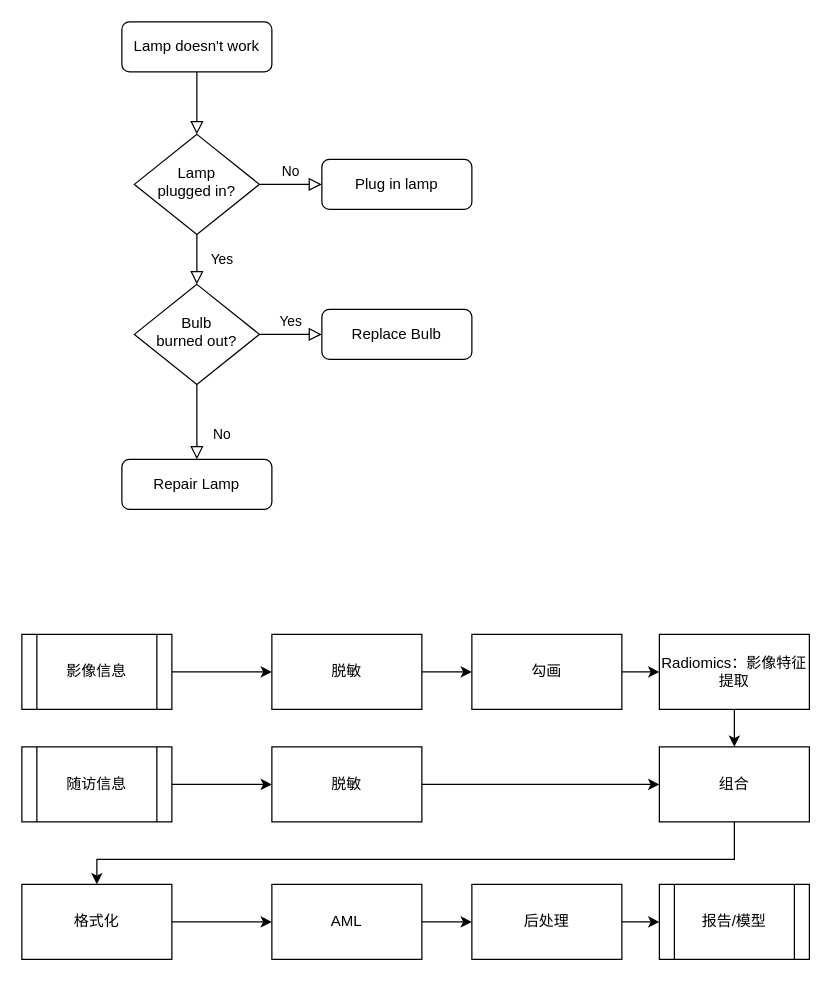
This is java/Untitled Diagram.drawio from sjtusonic/exe, a draw.io file, before an edit. Source tidied: cells renumbered, new cells numbered last; positions are measured from the earlier drawing's top-left corner, leaving out a move shared by most shapes. Both pictures are drawn from the tidied source at 125%, with x=0, y=0 at pixel (21, 21).
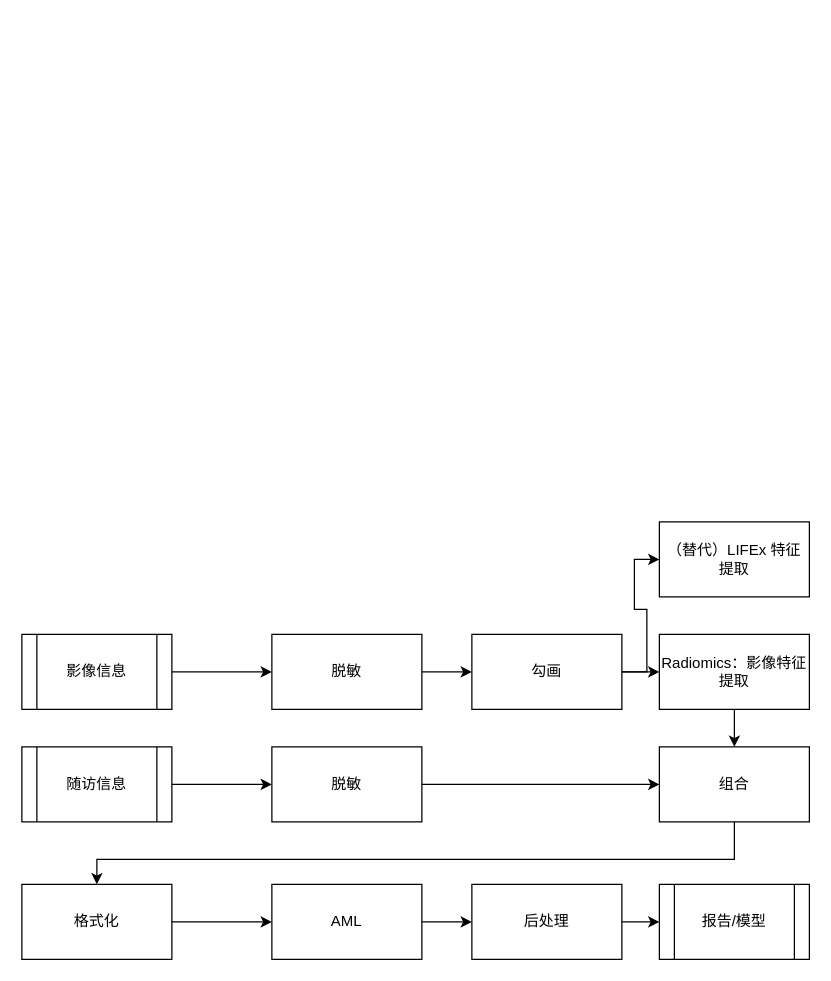
The same page after the edit.

Unchanged cells that the change refers to:
```xml
<mxCell id="18" value="勾画" style="rounded=0;whiteSpace=wrap;html=1;" parent="1" vertex="1">
  <mxGeometry x="360" y="490" width="120" height="60" as="geometry" />
</mxCell>
```

The edit, as a diff of the source:
```diff
@@
-    <mxCell id="2" style="rounded=0;html=1;jettySize=auto;fontSize=11;endArrow=block;endFill=0;endSize=8;strokeWidth=1;shadow=0;labelBackgroundColor=none;edgeStyle=orthogonalEdgeStyle;" parent="1" edge="1" source="3" target="6">
-      <mxGeometry relative="1" as="geometry" />
-    </mxCell>
-    <mxCell id="3" value="Lamp doesn't work" style="rounded=1;whiteSpace=wrap;html=1;fontSize=12;glass=0;strokeWidth=1;shadow=0;" parent="1" vertex="1">
-      <mxGeometry x="80" width="120" height="40" as="geometry" />
-    </mxCell>
-    <mxCell id="4" value="Yes" style="rounded=0;html=1;jettySize=auto;fontSize=11;endArrow=block;endFill=0;endSize=8;strokeWidth=1;shadow=0;labelBackgroundColor=none;edgeStyle=orthogonalEdgeStyle;" parent="1" edge="1" source="6" target="10">
-      <mxGeometry y="20" relative="1" as="geometry" />
-    </mxCell>
-    <mxCell id="5" value="No" style="edgeStyle=orthogonalEdgeStyle;rounded=0;html=1;jettySize=auto;fontSize=11;endArrow=block;endFill=0;endSize=8;strokeWidth=1;shadow=0;labelBackgroundColor=none;" parent="1" edge="1" source="6" target="7">
-      <mxGeometry y="10" relative="1" as="geometry" />
-    </mxCell>
-    <mxCell id="6" value="Lamp&lt;br&gt;plugged in?" style="rhombus;whiteSpace=wrap;html=1;shadow=0;fontFamily=Helvetica;fontSize=12;align=center;strokeWidth=1;spacing=6;spacingTop=-4;" parent="1" vertex="1">
-      <mxGeometry x="90" y="90" width="100" height="80" as="geometry" />
-    </mxCell>
-    <mxCell id="7" value="Plug in lamp" style="rounded=1;whiteSpace=wrap;html=1;fontSize=12;glass=0;strokeWidth=1;shadow=0;" parent="1" vertex="1">
-      <mxGeometry x="240" y="110" width="120" height="40" as="geometry" />
-    </mxCell>
-    <mxCell id="8" value="No" style="rounded=0;html=1;jettySize=auto;fontSize=11;endArrow=block;endFill=0;endSize=8;strokeWidth=1;shadow=0;labelBackgroundColor=none;edgeStyle=orthogonalEdgeStyle;" parent="1" edge="1" source="10" target="11">
-      <mxGeometry x="0.33" y="20" relative="1" as="geometry" />
-    </mxCell>
-    <mxCell id="9" value="Yes" style="edgeStyle=orthogonalEdgeStyle;rounded=0;html=1;jettySize=auto;fontSize=11;endArrow=block;endFill=0;endSize=8;strokeWidth=1;shadow=0;labelBackgroundColor=none;" parent="1" edge="1" source="10" target="12">
-      <mxGeometry y="10" relative="1" as="geometry" />
-    </mxCell>
-    <mxCell id="10" value="Bulb&lt;br&gt;burned out?" style="rhombus;whiteSpace=wrap;html=1;shadow=0;fontFamily=Helvetica;fontSize=12;align=center;strokeWidth=1;spacing=6;spacingTop=-4;" parent="1" vertex="1">
-      <mxGeometry x="90" y="210" width="100" height="80" as="geometry" />
-    </mxCell>
-    <mxCell id="11" value="Repair Lamp" style="rounded=1;whiteSpace=wrap;html=1;fontSize=12;glass=0;strokeWidth=1;shadow=0;" parent="1" vertex="1">
-      <mxGeometry x="80" y="350" width="120" height="40" as="geometry" />
-    </mxCell>
-    <mxCell id="12" value="Replace Bulb" style="rounded=1;whiteSpace=wrap;html=1;fontSize=12;glass=0;strokeWidth=1;shadow=0;" parent="1" vertex="1">
-      <mxGeometry x="240" y="230" width="120" height="40" as="geometry" />
-    </mxCell>
@@
+    <mxCell id="34" style="edgeStyle=orthogonalEdgeStyle;rounded=0;jettySize=auto;html=1;entryX=0;entryY=0.5;entryDx=0;entryDy=0;" parent="1" edge="1" source="18" target="35">
+      <mxGeometry relative="1" as="geometry" />
+    </mxCell>
@@
+    <mxCell id="35" value="（替代）LIFEx 特征提取" style="rounded=0;whiteSpace=wrap;html=1;" parent="1" vertex="1">
+      <mxGeometry x="510" y="400" width="120" height="60" as="geometry" />
+    </mxCell>
```
